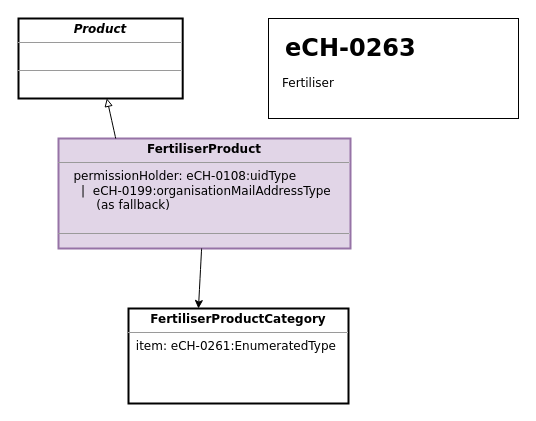
This is src/eCH-0263__1_0__betriebsmittel_fertiliser.drawio from blw-ofag-ufag/eCH-0263, a draw.io file, before an edit. Source tidied: cells renumbered, new cells numbered last; positions are measured from the earlier drawing's top-left corner, leaving out a move shared by most shapes. Both pictures are drawn from the tidied source at 100%, with x=0, y=0 at pixel (18, 18).
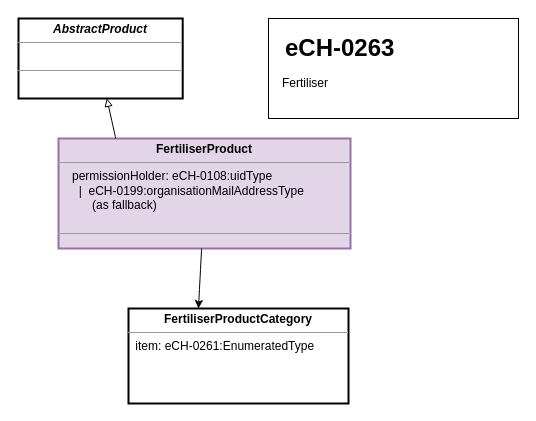
After the change.

What changed in the source:
```diff
@@
 <mxGraphModel>
   <root>
     <mxCell id="0" />
     <mxCell id="1" parent="0" />
-    <mxCell id="2" value="&lt;p style=&quot;margin:0px;margin-top:4px;text-align:center;&quot;&gt;&lt;b&gt;FertiliserProduct&lt;/b&gt;&lt;/p&gt;&lt;hr size=&quot;1&quot;&gt;&lt;p style=&quot;margin:0px;margin-left:4px;&quot;&gt;&amp;nbsp;&lt;span style=&quot;background-color: initial;&quot;&gt;&amp;nbsp; permissionHolder: eCH-0108:uidType&lt;/span&gt;&lt;br&gt;&lt;/p&gt;&lt;p style=&quot;margin: 0px 0px 0px 4px;&quot;&gt;&amp;nbsp; &amp;nbsp; &amp;nbsp;|&amp;nbsp; eCH-0199:organisationMailAddressType&lt;br&gt;&lt;/p&gt;&lt;p style=&quot;margin: 0px 0px 0px 4px;&quot;&gt;&amp;nbsp; &amp;nbsp; &amp;nbsp; &amp;nbsp; &amp;nbsp;(as fallback)&lt;/p&gt;&lt;div&gt;&lt;br&gt;&lt;/div&gt;&lt;hr size=&quot;1&quot;&gt;&lt;p style=&quot;margin:0px;margin-left:4px;&quot;&gt;&lt;br&gt;&lt;/p&gt;" style="verticalAlign=top;align=left;overflow=fill;fontSize=12;fontFamily=Verdana;html=1;sketch=0;strokeWidth=2;fillColor=#e1d5e7;strokeColor=#9673a6;" parent="1" vertex="1">
+    <mxCell id="2" value="&lt;p style=&quot;margin:0px;margin-top:4px;text-align:center;&quot;&gt;&lt;b&gt;FertiliserProduct&lt;/b&gt;&lt;/p&gt;&lt;hr size=&quot;1&quot;&gt;&lt;p style=&quot;margin:0px;margin-left:4px;&quot;&gt;&amp;nbsp;&lt;span style=&quot;background-color: initial;&quot;&gt;&amp;nbsp; permissionHolder: eCH-0108:uidType&lt;/span&gt;&lt;br&gt;&lt;/p&gt;&lt;p style=&quot;margin: 0px 0px 0px 4px;&quot;&gt;&amp;nbsp; &amp;nbsp; &amp;nbsp;|&amp;nbsp; eCH-0199:organisationMailAddressType&lt;br&gt;&lt;/p&gt;&lt;p style=&quot;margin: 0px 0px 0px 4px;&quot;&gt;&amp;nbsp; &amp;nbsp; &amp;nbsp; &amp;nbsp; &amp;nbsp;(as fallback)&lt;/p&gt;&lt;div&gt;&lt;br&gt;&lt;/div&gt;&lt;hr size=&quot;1&quot;&gt;&lt;p style=&quot;margin:0px;margin-left:4px;&quot;&gt;&lt;br&gt;&lt;/p&gt;" style="verticalAlign=top;align=left;overflow=fill;fontSize=12;fontFamily=Helvetica;html=1;sketch=0;strokeWidth=2;fillColor=#e1d5e7;strokeColor=#9673a6;" parent="1" vertex="1">
       <mxGeometry x="40" y="120" width="292" height="110" as="geometry" />
     </mxCell>
-    <mxCell id="3" style="endArrow=classic;html=1;sketch=0;fontFamily=Verdana;curved=1;entryX=0.318;entryY=0;entryDx=0;entryDy=0;entryPerimeter=0;" parent="1" edge="1" source="2" target="6">
+    <mxCell id="3" style="endArrow=classic;html=1;sketch=0;fontFamily=Helvetica;curved=1;entryX=0.318;entryY=0;entryDx=0;entryDy=0;entryPerimeter=0;" parent="1" edge="1" source="2" target="6">
       <mxGeometry relative="1" as="geometry" />
     </mxCell>
-    <mxCell id="4" value="&lt;p style=&quot;margin:0px;margin-top:4px;text-align:center;&quot;&gt;&lt;b&gt;&lt;i&gt;Product&lt;/i&gt;&lt;/b&gt;&lt;/p&gt;&lt;hr size=&quot;1&quot;&gt;&lt;p style=&quot;margin:0px;margin-left:4px;&quot;&gt;&lt;br&gt;&lt;/p&gt;&lt;hr size=&quot;1&quot;&gt;&lt;p style=&quot;margin:0px;margin-left:4px;&quot;&gt;&lt;br&gt;&lt;/p&gt;" style="verticalAlign=top;align=left;overflow=fill;fontSize=12;fontFamily=Verdana;html=1;sketch=0;strokeWidth=2;" parent="1" vertex="1">
+    <mxCell id="4" value="&lt;p style=&quot;margin:0px;margin-top:4px;text-align:center;&quot;&gt;&lt;b&gt;&lt;i&gt;AbstractProduct&lt;/i&gt;&lt;/b&gt;&lt;/p&gt;&lt;hr size=&quot;1&quot;&gt;&lt;p style=&quot;margin:0px;margin-left:4px;&quot;&gt;&lt;br&gt;&lt;/p&gt;&lt;hr size=&quot;1&quot;&gt;&lt;p style=&quot;margin:0px;margin-left:4px;&quot;&gt;&lt;br&gt;&lt;/p&gt;" style="verticalAlign=top;align=left;overflow=fill;fontSize=12;fontFamily=Helvetica;html=1;sketch=0;strokeWidth=2;" parent="1" vertex="1">
       <mxGeometry width="164.2" height="80" as="geometry" />
     </mxCell>
-    <mxCell id="5" style="endArrow=block;html=1;sketch=0;fontFamily=Verdana;curved=1;endFill=0;exitX=0.196;exitY=0;exitDx=0;exitDy=0;entryX=0.538;entryY=0.998;entryDx=0;entryDy=0;entryPerimeter=0;exitPerimeter=0;" parent="1" edge="1" source="2" target="4">
+    <mxCell id="5" style="endArrow=block;html=1;sketch=0;fontFamily=Helvetica;curved=1;endFill=0;exitX=0.196;exitY=0;exitDx=0;exitDy=0;entryX=0.538;entryY=0.998;entryDx=0;entryDy=0;entryPerimeter=0;exitPerimeter=0;" parent="1" edge="1" source="2" target="4">
       <mxGeometry relative="1" as="geometry" />
     </mxCell>
-    <mxCell id="6" value="&lt;p style=&quot;margin:0px;margin-top:4px;text-align:center;&quot;&gt;&lt;b style=&quot;background-color: initial;&quot;&gt;FertiliserProductCategory&lt;/b&gt;&lt;br&gt;&lt;/p&gt;&lt;hr size=&quot;1&quot;&gt;&lt;p style=&quot;margin:0px;margin-left:4px;&quot;&gt;&lt;/p&gt;&lt;p style=&quot;margin:0px;margin-left:4px;&quot;&gt;&amp;nbsp;item: eCH-0261:EnumeratedType&lt;/p&gt;" style="verticalAlign=top;align=left;overflow=fill;fontSize=12;fontFamily=Verdana;html=1;sketch=0;strokeWidth=2;" parent="1" vertex="1">
+    <mxCell id="6" value="&lt;p style=&quot;margin:0px;margin-top:4px;text-align:center;&quot;&gt;&lt;b style=&quot;background-color: initial;&quot;&gt;FertiliserProductCategory&lt;/b&gt;&lt;br&gt;&lt;/p&gt;&lt;hr size=&quot;1&quot;&gt;&lt;p style=&quot;margin:0px;margin-left:4px;&quot;&gt;&lt;/p&gt;&lt;p style=&quot;margin:0px;margin-left:4px;&quot;&gt;&amp;nbsp;item: eCH-0261:EnumeratedType&lt;/p&gt;" style="verticalAlign=top;align=left;overflow=fill;fontSize=12;fontFamily=Helvetica;html=1;sketch=0;strokeWidth=2;" parent="1" vertex="1">
       <mxGeometry x="110" y="290" width="220" height="95" as="geometry" />
     </mxCell>
-    <mxCell id="7" style="rounded=0;whiteSpace=wrap;html=1;" parent="1" vertex="1">
+    <mxCell id="7" style="rounded=0;whiteSpace=wrap;html=1;fontFamily=Helvetica;" parent="1" vertex="1">
       <mxGeometry x="250" width="250" height="100" as="geometry" />
     </mxCell>
-    <mxCell id="8" value="&lt;h1&gt;&lt;span style=&quot;background-color: initial;&quot;&gt;eCH-0263&lt;/span&gt;&lt;/h1&gt;&lt;div&gt;&lt;br&gt;&lt;/div&gt;" style="text;html=1;strokeColor=none;fillColor=none;spacing=5;spacingTop=-20;whiteSpace=wrap;overflow=hidden;rounded=0;strokeWidth=2;fontFamily=Verdana;" parent="1" vertex="1">
+    <mxCell id="8" value="&lt;h1&gt;&lt;span style=&quot;background-color: initial;&quot;&gt;eCH-0263&lt;/span&gt;&lt;/h1&gt;&lt;div&gt;&lt;br&gt;&lt;/div&gt;" style="text;html=1;strokeColor=none;fillColor=none;spacing=5;spacingTop=-20;whiteSpace=wrap;overflow=hidden;rounded=0;strokeWidth=2;fontFamily=Helvetica;" parent="1" vertex="1">
       <mxGeometry x="261.5" y="10" width="195.7" height="80" as="geometry" />
     </mxCell>
-    <mxCell id="9" value="Fertiliser" style="text;html=1;strokeColor=none;fillColor=none;align=left;verticalAlign=middle;whiteSpace=wrap;rounded=0;strokeWidth=2;fontFamily=Verdana;" parent="1" vertex="1">
+    <mxCell id="9" value="Fertiliser" style="text;html=1;strokeColor=none;fillColor=none;align=left;verticalAlign=middle;whiteSpace=wrap;rounded=0;strokeWidth=2;fontFamily=Helvetica;" parent="1" vertex="1">
       <mxGeometry x="261.5" y="50" width="226.4" height="30" as="geometry" />
     </mxCell>
   </root>
 </mxGraphModel>
```
